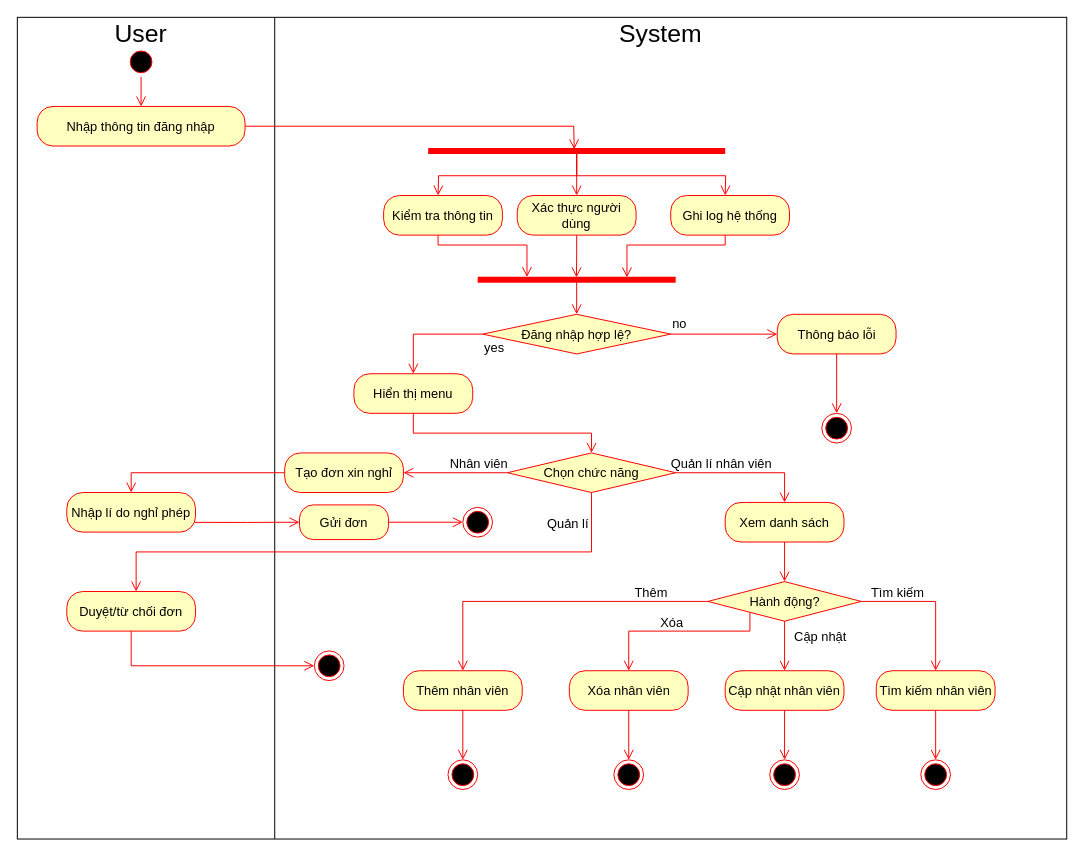
This is QuanLyNhanVien_ACD.drawio from hoangda24312/Group4-DesigningSystem, a draw.io file, before an edit. Source tidied: cells renumbered, new cells numbered last; positions are measured from the earlier drawing's top-left corner, leaving out a move shared by most shapes. Both pictures are drawn from the tidied source at 99%, with x=0, y=0 at pixel (17, 17).
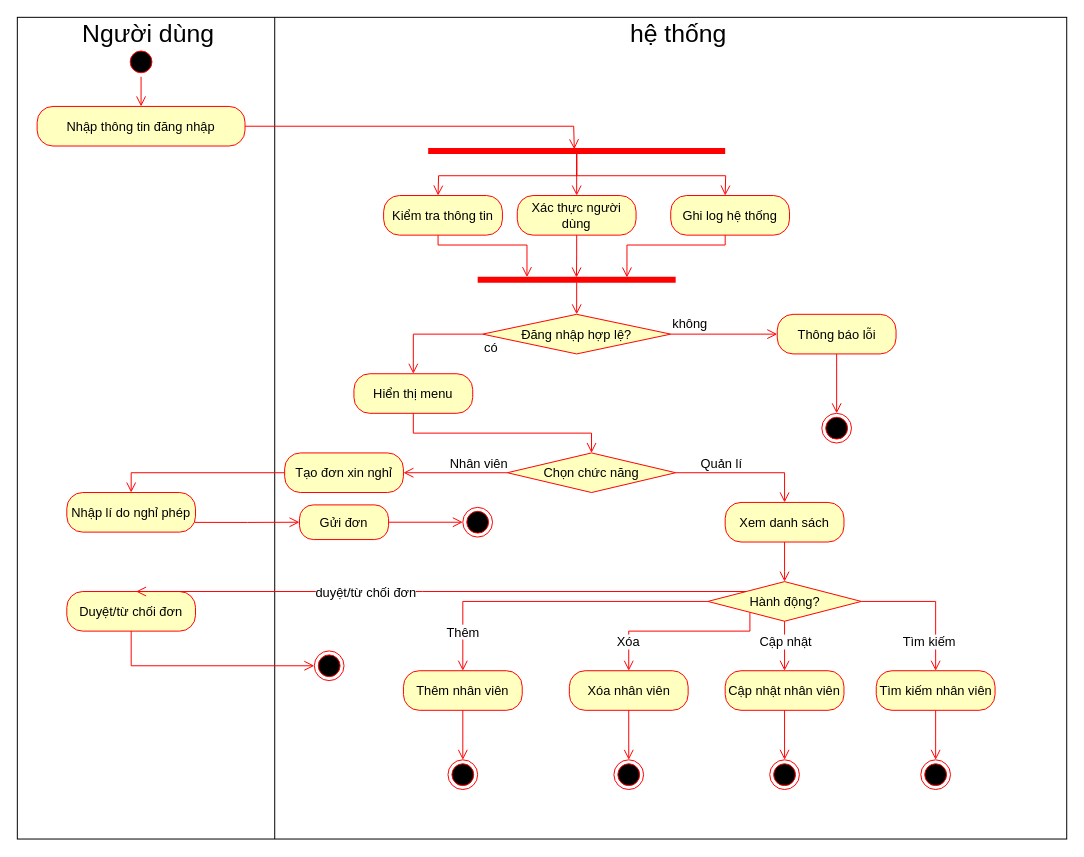
Above is the later version.

Unchanged cells that the change refers to:
```xml
<mxCell id="22" value="Đăng nhập hợp lệ?" style="rhombus;whiteSpace=wrap;html=1;fontColor=#000000;fillColor=#ffffc0;strokeColor=#ff0000;fontSize=13;" parent="1" vertex="1">
  <mxGeometry x="470" y="300" width="190" height="40" as="geometry" />
</mxCell>
<mxCell id="26" value="Thông báo lỗi" style="rounded=1;whiteSpace=wrap;html=1;arcSize=40;fontColor=#000000;fillColor=#ffffc0;strokeColor=#ff0000;fontSize=13;" parent="1" vertex="1">
  <mxGeometry x="767.6" y="300" width="120" height="40" as="geometry" />
</mxCell>
<mxCell id="27" value="Hiển thị menu" style="rounded=1;whiteSpace=wrap;html=1;arcSize=40;fontColor=#000000;fillColor=#ffffc0;strokeColor=#ff0000;fontSize=13;" parent="1" vertex="1">
  <mxGeometry x="340" y="360" width="120" height="40" as="geometry" />
</mxCell>
<mxCell id="30" style="edgeStyle=orthogonalEdgeStyle;html=1;align=left;verticalAlign=top;endArrow=open;endSize=8;strokeColor=#ff0000;rounded=0;entryX=0.5;entryY=0;entryDx=0;entryDy=0;fontSize=13;" parent="1" edge="1" source="34" target="29">
  <mxGeometry relative="1" as="geometry" />
</mxCell>
<mxCell id="34" value="Chọn chức năng" style="rhombus;whiteSpace=wrap;html=1;fontColor=#000000;fillColor=#ffffc0;strokeColor=#ff0000;fontSize=13;" parent="1" vertex="1">
  <mxGeometry x="495" y="440" width="170" height="40" as="geometry" />
</mxCell>
<mxCell id="37" value="Hành động?" style="rhombus;whiteSpace=wrap;html=1;fontColor=#000000;fillColor=#ffffc0;strokeColor=#ff0000;fontSize=13;" parent="1" vertex="1">
  <mxGeometry x="697.5" y="570" width="155" height="40" as="geometry" />
</mxCell>
<mxCell id="38" style="edgeStyle=orthogonalEdgeStyle;html=1;align=left;verticalAlign=top;endArrow=open;endSize=8;strokeColor=#ff0000;rounded=0;entryX=0.5;entryY=0;entryDx=0;entryDy=0;fontSize=13;" parent="1" edge="1" source="37" target="44">
  <mxGeometry x="-0.45" y="-30" relative="1" as="geometry" />
</mxCell>
<mxCell id="40" style="edgeStyle=orthogonalEdgeStyle;html=1;align=left;verticalAlign=top;endArrow=open;endSize=8;strokeColor=#ff0000;rounded=0;entryX=0.5;entryY=0;entryDx=0;entryDy=0;fontSize=13;exitX=0.274;exitY=0.781;exitDx=0;exitDy=0;exitPerimeter=0;" parent="1" edge="1" source="37" target="46">
  <mxGeometry x="-1" relative="1" as="geometry">
    <Array as="points">
      <mxPoint x="740" y="620" />
      <mxPoint x="618" y="620" />
    </Array>
  </mxGeometry>
</mxCell>
<mxCell id="42" style="edgeStyle=orthogonalEdgeStyle;html=1;align=left;verticalAlign=top;endArrow=open;endSize=8;strokeColor=#ff0000;rounded=0;entryX=0.5;entryY=0;entryDx=0;entryDy=0;fontSize=13;exitX=0.5;exitY=1;exitDx=0;exitDy=0;" parent="1" edge="1" source="37" target="48">
  <mxGeometry x="1" y="71" relative="1" as="geometry">
    <mxPoint x="-1" y="10" as="offset" />
  </mxGeometry>
</mxCell>
<mxCell id="65" style="edgeStyle=orthogonalEdgeStyle;html=1;align=left;verticalAlign=top;endArrow=open;endSize=8;strokeColor=#ff0000;rounded=0;entryX=0.5;entryY=0;entryDx=0;entryDy=0;fontSize=13;exitX=1;exitY=0.5;exitDx=0;exitDy=0;" parent="1" edge="1" source="37" target="50">
  <mxGeometry x="1" y="71" relative="1" as="geometry">
    <mxPoint x="-1" y="10" as="offset" />
  </mxGeometry>
</mxCell>
```

The edit, as a diff of the source:
```diff
@@
-    <mxCell id="5" value="User" style="text;html=1;whiteSpace=wrap;strokeColor=none;fillColor=none;align=center;verticalAlign=middle;rounded=0;fontSize=25;" parent="1" vertex="1">
-      <mxGeometry x="95" width="60" height="30" as="geometry" />
+    <mxCell id="5" value="Người dùng" style="text;html=1;whiteSpace=wrap;strokeColor=none;fillColor=none;align=center;verticalAlign=middle;rounded=0;fontSize=25;" parent="1" vertex="1">
+      <mxGeometry x="50" width="165" height="30" as="geometry" />
     </mxCell>
@@
-    <mxCell id="7" value="System" style="text;html=1;whiteSpace=wrap;strokeColor=none;fillColor=none;align=center;verticalAlign=middle;rounded=0;fontSize=25;" parent="1" vertex="1">
-      <mxGeometry x="620" width="60" height="30" as="geometry" />
+    <mxCell id="7" value="hệ thống" style="text;html=1;whiteSpace=wrap;strokeColor=none;fillColor=none;align=center;verticalAlign=middle;rounded=0;fontSize=25;" parent="1" vertex="1">
+      <mxGeometry x="602.6" width="130" height="30" as="geometry" />
     </mxCell>
@@
-    <mxCell id="23" value="no" style="edgeStyle=orthogonalEdgeStyle;html=1;align=left;verticalAlign=bottom;endArrow=open;endSize=8;strokeColor=#ff0000;rounded=0;fontSize=13;entryX=0;entryY=0.5;entryDx=0;entryDy=0;" parent="1" edge="1" source="22" target="26">
+    <mxCell id="23" value="không" style="edgeStyle=orthogonalEdgeStyle;html=1;align=left;verticalAlign=bottom;endArrow=open;endSize=8;strokeColor=#ff0000;rounded=0;fontSize=13;entryX=0;entryY=0.5;entryDx=0;entryDy=0;" parent="1" edge="1" source="22" target="26">
       <mxGeometry x="-1" relative="1" as="geometry" />
     </mxCell>
-    <mxCell id="24" value="yes" style="edgeStyle=orthogonalEdgeStyle;html=1;align=left;verticalAlign=top;endArrow=open;endSize=8;strokeColor=#ff0000;rounded=0;fontSize=13;exitX=0;exitY=0.5;exitDx=0;exitDy=0;entryX=0.5;entryY=0;entryDx=0;entryDy=0;" parent="1" edge="1" source="22" target="27">
+    <mxCell id="24" value="có" style="edgeStyle=orthogonalEdgeStyle;html=1;align=left;verticalAlign=top;endArrow=open;endSize=8;strokeColor=#ff0000;rounded=0;fontSize=13;exitX=0;exitY=0.5;exitDx=0;exitDy=0;entryX=0.5;entryY=0;entryDx=0;entryDy=0;" parent="1" edge="1" source="22" target="27">
       <mxGeometry x="-1" relative="1" as="geometry" />
     </mxCell>
@@
-    <mxCell id="31" value="Quản lí nhân viên" style="edgeLabel;html=1;align=center;verticalAlign=middle;fontSize=13;" parent="30" vertex="1">
+    <mxCell id="31" value="Quản lí" style="edgeLabel;html=1;align=center;verticalAlign=middle;fontSize=13;" parent="30" vertex="1">
       <mxGeometry x="-0.52" y="2" relative="1" as="geometry">
         <mxPoint x="11" y="-8" as="offset" />
       </mxGeometry>
     </mxCell>
@@
     <mxCell id="39" value="Thêm" style="edgeLabel;html=1;align=center;verticalAlign=middle;fontSize=13;" parent="38" vertex="1">
       <mxGeometry x="-0.53" y="-1" relative="1" as="geometry">
-        <mxPoint x="17" y="-9" as="offset" />
+        <mxPoint x="-173" y="31" as="offset" />
       </mxGeometry>
     </mxCell>
@@
     <mxCell id="41" value="Xóa" style="edgeLabel;html=1;align=center;verticalAlign=middle;fontSize=13;" parent="40" vertex="1">
       <mxGeometry x="0.04" y="-1" relative="1" as="geometry">
-        <mxPoint x="-4" y="-9" as="offset" />
+        <mxPoint x="-48" y="11" as="offset" />
       </mxGeometry>
     </mxCell>
@@
     <mxCell id="43" value="Cập nhật" style="edgeLabel;html=1;align=center;verticalAlign=middle;fontSize=13;" parent="42" vertex="1">
       <mxGeometry x="-0.44" y="-1" relative="1" as="geometry">
-        <mxPoint x="36" as="offset" />
+        <mxPoint x="1" y="6" as="offset" />
       </mxGeometry>
     </mxCell>
@@
-    <mxCell id="55" style="edgeStyle=orthogonalEdgeStyle;html=1;align=left;verticalAlign=top;endArrow=open;endSize=8;strokeColor=#ff0000;rounded=0;fontSize=13;exitX=0.5;exitY=1;exitDx=0;exitDy=0;" parent="1" edge="1" source="34">
+    <mxCell id="55" style="html=1;align=left;verticalAlign=top;endArrow=open;endSize=8;strokeColor=#ff0000;rounded=0;fontSize=13;exitX=0;exitY=0;exitDx=0;exitDy=0;edgeStyle=orthogonalEdgeStyle;" parent="1" edge="1" source="37">
       <mxGeometry relative="1" as="geometry">
         <mxPoint x="120" y="580" as="targetPoint" />
-        <Array as="points">
-          <mxPoint x="580" y="540" />
-          <mxPoint x="120" y="540" />
-        </Array>
       </mxGeometry>
     </mxCell>
-    <mxCell id="56" value="Quản lí" style="edgeLabel;html=1;align=center;verticalAlign=middle;fontSize=13;" parent="55" vertex="1">
+    <mxCell id="56" value="duyệt/từ chối đơn" style="edgeLabel;html=1;align=center;verticalAlign=middle;fontSize=13;" parent="55" vertex="1">
       <mxGeometry x="-0.36" y="-2" relative="1" as="geometry">
-        <mxPoint x="94" y="-28" as="offset" />
+        <mxPoint x="-188" y="2" as="offset" />
       </mxGeometry>
     </mxCell>
@@
     <mxCell id="66" value="Tìm kiếm" style="edgeLabel;html=1;align=center;verticalAlign=middle;fontSize=13;" parent="65" vertex="1">
       <mxGeometry x="-0.34" y="2" relative="1" as="geometry">
-        <mxPoint x="-12" y="-8" as="offset" />
+        <mxPoint x="20" y="42" as="offset" />
       </mxGeometry>
     </mxCell>
```
